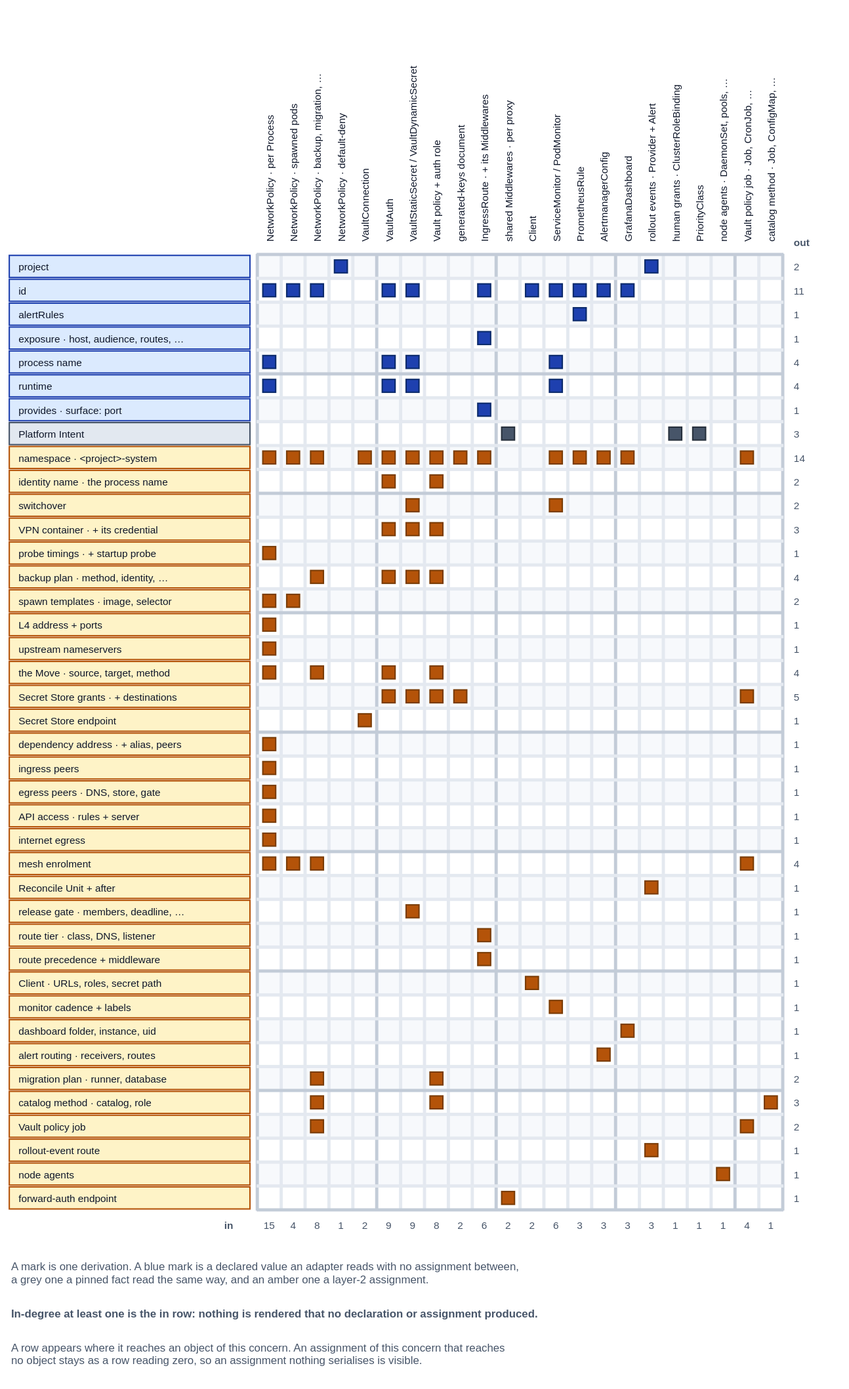
Above: spec/v1/diagrams/16-derivation-map-deliverables-wiring.drawio.svg in JorisJonkers-dev/deploy-kit (draw.io), before the change. Source tidied: cells renumbered, new cells last; positions are measured from the earlier drawing's top-left corner, leaving out a move shared by most shapes.
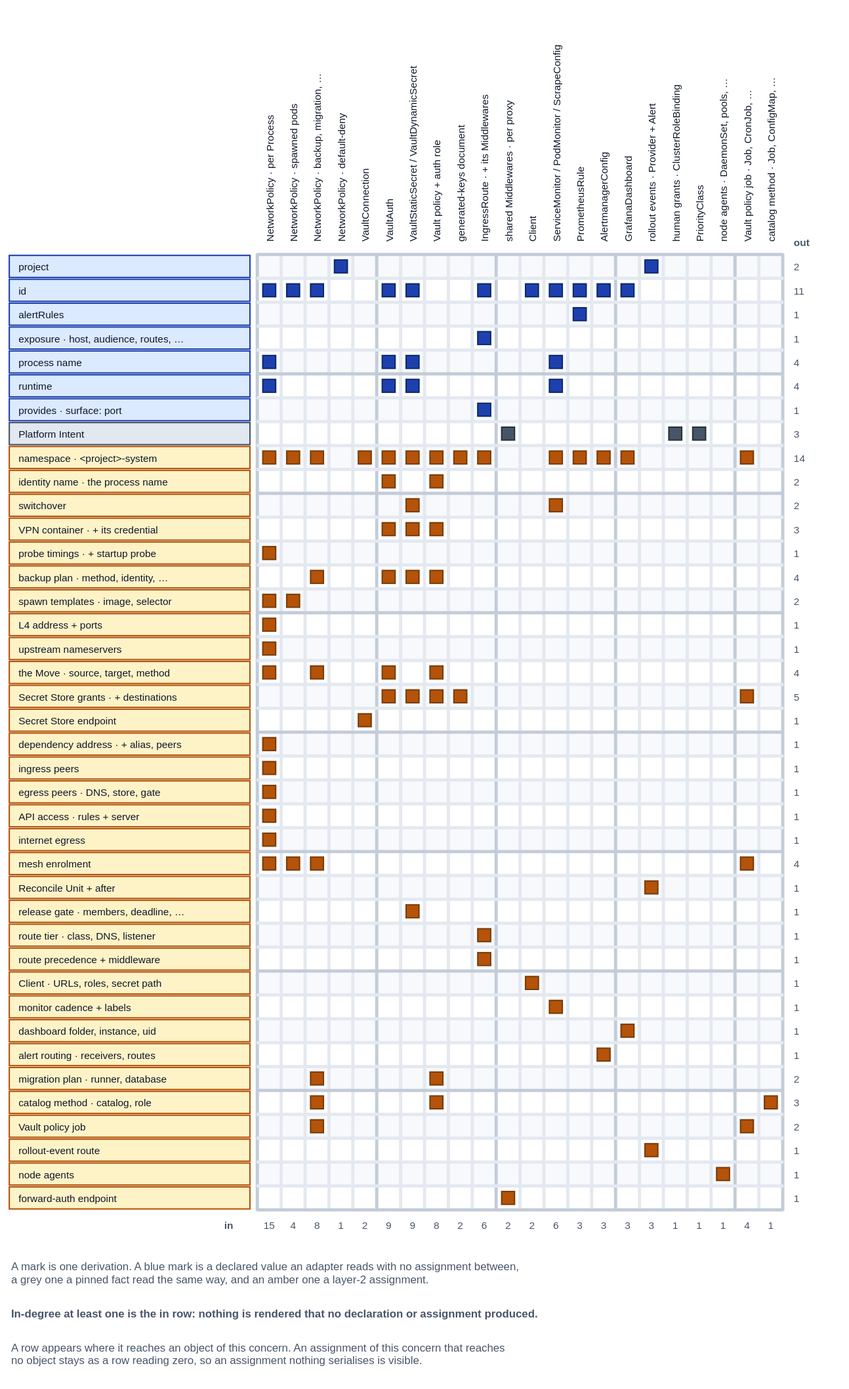
Later version of the same file.

Change to the diagram source:
```diff
@@ -350,7 +350,7 @@
     <mxCell id="117" value="Client" style="horizontal=0;rounded=0;whiteSpace=nowrap;html=0;align=left;verticalAlign=middle;spacingLeft=4;fillColor=none;strokeColor=none;strokeWidth=1.5;fontFamily=Helvetica;fontSize=11;fontColor=#0f172a;" parent="1" vertex="1">
       <mxGeometry x="556" width="26" height="259" as="geometry" />
     </mxCell>
-    <mxCell id="118" value="ServiceMonitor / PodMonitor" style="horizontal=0;rounded=0;whiteSpace=nowrap;html=0;align=left;verticalAlign=middle;spacingLeft=4;fillColor=none;strokeColor=none;strokeWidth=1.5;fontFamily=Helvetica;fontSize=11;fontColor=#0f172a;" parent="1" vertex="1">
+    <mxCell id="118" value="ServiceMonitor / PodMonitor / ScrapeConfig" style="horizontal=0;rounded=0;whiteSpace=nowrap;html=0;align=left;verticalAlign=middle;spacingLeft=4;fillColor=none;strokeColor=none;strokeWidth=1.5;fontFamily=Helvetica;fontSize=11;fontColor=#0f172a;" parent="1" vertex="1">
       <mxGeometry x="582" width="26" height="259" as="geometry" />
     </mxCell>
     <mxCell id="119" value="PrometheusRule" style="horizontal=0;rounded=0;whiteSpace=nowrap;html=0;align=left;verticalAlign=middle;spacingLeft=4;fillColor=none;strokeColor=none;strokeWidth=1.5;fontFamily=Helvetica;fontSize=11;fontColor=#0f172a;" parent="1" vertex="1">
```
